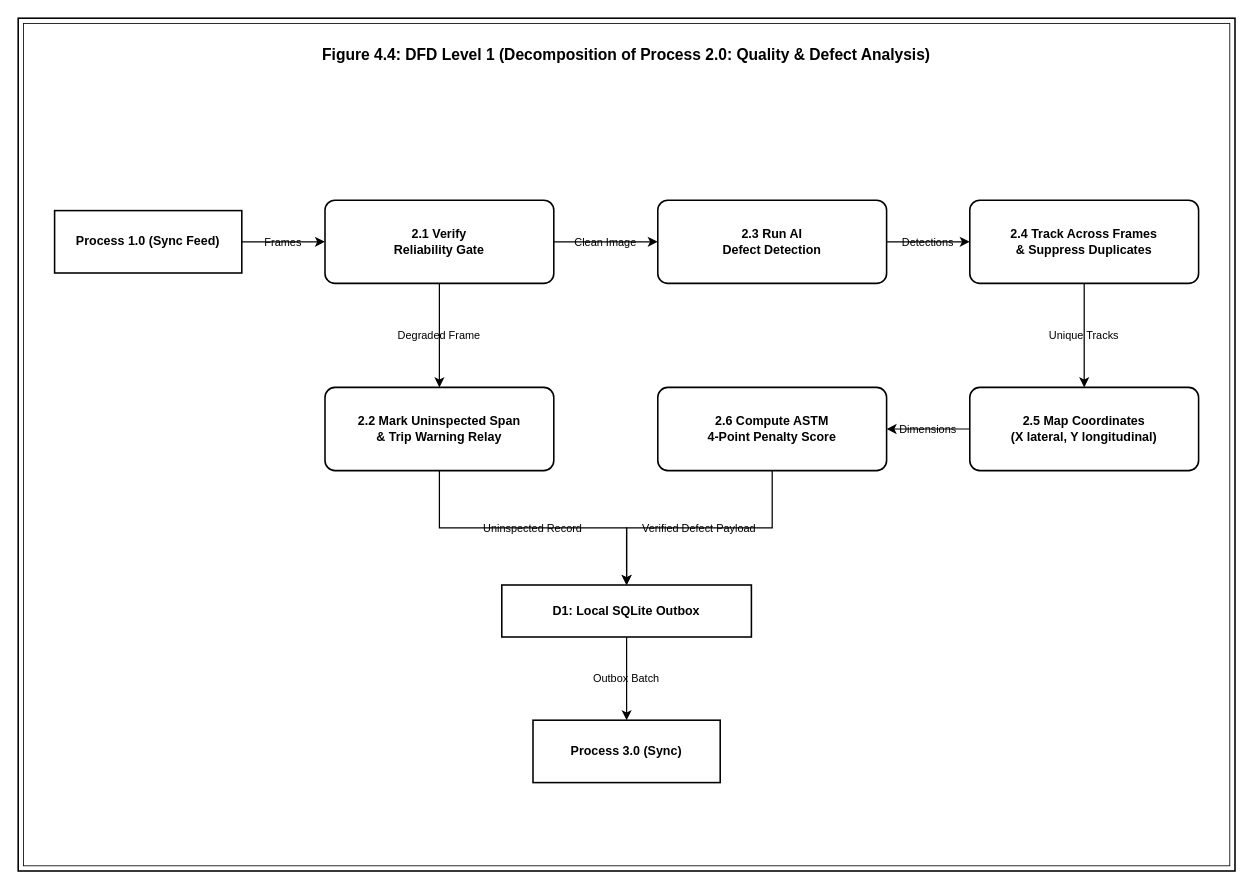
TheBilalButt/TexEye-AI-FYP keeps this draw.io diagram as diagrams/drawio/09_dfd_level_1.drawio. Above is the earlier version. Source tidied: cells renumbered, new cells numbered last; positions are measured from the earlier drawing's top-left corner, leaving out a move shared by most shapes. Both pictures are drawn from the tidied source at 104%, with x=0, y=0 at pixel (18, 18).
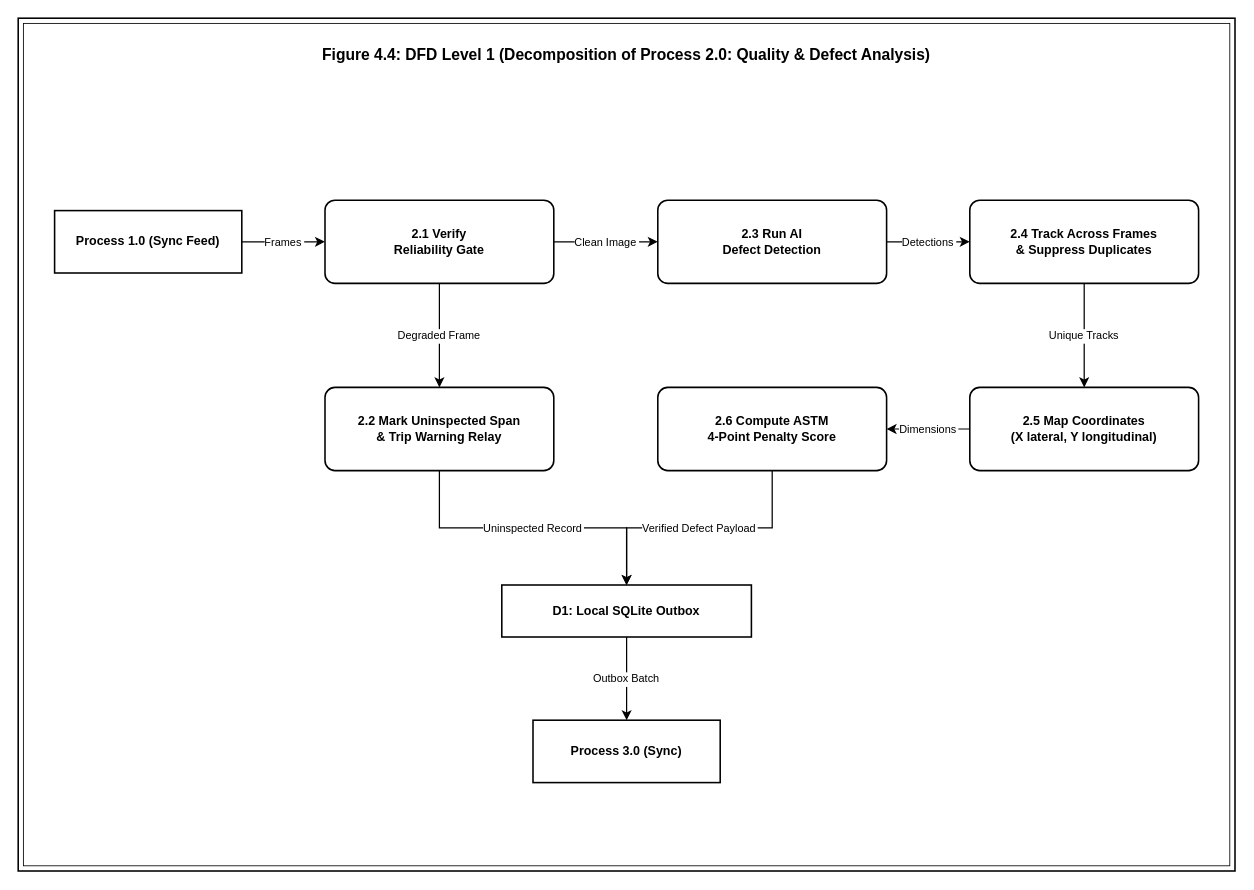
Above is the later version.

Unchanged cells that the change refers to:
```xml
<mxCell id="5" value="&lt;b&gt;Process 1.0 (Sync Feed)&lt;/b&gt;" style="rounded=0;whiteSpace=wrap;html=1;fillColor=#ffffff;strokeColor=#000000;strokeWidth=1.5;fontSize=12;fontColor=#000000;" parent="1" vertex="1">
  <mxGeometry x="35" y="185" width="180" height="60" as="geometry" />
</mxCell>
<mxCell id="6" value="&lt;b&gt;Process 3.0 (Sync)&lt;/b&gt;" style="rounded=0;whiteSpace=wrap;html=1;fillColor=#ffffff;strokeColor=#000000;strokeWidth=1.5;fontSize=12;fontColor=#000000;" parent="1" vertex="1">
  <mxGeometry x="495" y="675" width="180" height="60" as="geometry" />
</mxCell>
<mxCell id="7" value="&lt;b&gt;2.1 Verify&lt;br&gt;Reliability Gate&lt;/b&gt;" style="rounded=1;whiteSpace=wrap;html=1;fillColor=#ffffff;strokeColor=#000000;strokeWidth=1.5;fontSize=12;fontColor=#000000;arcSize=12;" parent="1" vertex="1">
  <mxGeometry x="295" y="175" width="220" height="80" as="geometry" />
</mxCell>
<mxCell id="8" value="&lt;b&gt;2.2 Mark Uninspected Span&lt;br&gt;&amp;amp; Trip Warning Relay&lt;/b&gt;" style="rounded=1;whiteSpace=wrap;html=1;fillColor=#ffffff;strokeColor=#000000;strokeWidth=1.5;fontSize=12;fontColor=#000000;arcSize=12;" parent="1" vertex="1">
  <mxGeometry x="295" y="355" width="220" height="80" as="geometry" />
</mxCell>
<mxCell id="9" value="&lt;b&gt;2.3 Run AI&lt;br&gt;Defect Detection&lt;/b&gt;" style="rounded=1;whiteSpace=wrap;html=1;fillColor=#ffffff;strokeColor=#000000;strokeWidth=1.5;fontSize=12;fontColor=#000000;arcSize=12;" parent="1" vertex="1">
  <mxGeometry x="615" y="175" width="220" height="80" as="geometry" />
</mxCell>
<mxCell id="10" value="&lt;b&gt;2.4 Track Across Frames&lt;br&gt;&amp;amp; Suppress Duplicates&lt;/b&gt;" style="rounded=1;whiteSpace=wrap;html=1;fillColor=#ffffff;strokeColor=#000000;strokeWidth=1.5;fontSize=12;fontColor=#000000;arcSize=12;" parent="1" vertex="1">
  <mxGeometry x="915" y="175" width="220" height="80" as="geometry" />
</mxCell>
<mxCell id="11" value="&lt;b&gt;2.5 Map Coordinates&lt;br&gt;(X lateral, Y longitudinal)&lt;/b&gt;" style="rounded=1;whiteSpace=wrap;html=1;fillColor=#ffffff;strokeColor=#000000;strokeWidth=1.5;fontSize=12;fontColor=#000000;arcSize=12;" parent="1" vertex="1">
  <mxGeometry x="915" y="355" width="220" height="80" as="geometry" />
</mxCell>
<mxCell id="12" value="&lt;b&gt;2.6 Compute ASTM&lt;br&gt;4-Point Penalty Score&lt;/b&gt;" style="rounded=1;whiteSpace=wrap;html=1;fillColor=#ffffff;strokeColor=#000000;strokeWidth=1.5;fontSize=12;fontColor=#000000;arcSize=12;" parent="1" vertex="1">
  <mxGeometry x="615" y="355" width="220" height="80" as="geometry" />
</mxCell>
<mxCell id="13" value="&lt;b&gt;D1: Local SQLite Outbox&lt;/b&gt;" style="rounded=0;whiteSpace=wrap;html=1;fillColor=#ffffff;strokeColor=#000000;strokeWidth=1.5;fontSize=12;fontColor=#000000;" parent="1" vertex="1">
  <mxGeometry x="465" y="545" width="240" height="50" as="geometry" />
</mxCell>
```

What changed in the source:
```diff
@@
-    <mxCell id="14" value="Frames" style="edgeStyle=orthogonalEdgeStyle;rounded=0;strokeColor=#000000;strokeWidth=1.2;fontSize=10.5;fontColor=#000000;labelBackgroundColor=none;" parent="1" edge="1" source="5" target="7">
+    <mxCell id="14" value="Frames" style="edgeStyle=orthogonalEdgeStyle;rounded=0;strokeColor=#000000;strokeWidth=1.2;fontSize=10.5;fontColor=#000000;labelBackgroundColor=#ffffff;" parent="1" edge="1" source="5" target="7">
       <mxGeometry relative="1" as="geometry" />
     </mxCell>
-    <mxCell id="15" value="Degraded Frame" style="edgeStyle=orthogonalEdgeStyle;rounded=0;strokeColor=#000000;strokeWidth=1.2;fontSize=10.5;fontColor=#000000;labelBackgroundColor=none;" parent="1" edge="1" source="7" target="8">
+    <mxCell id="15" value="Degraded Frame" style="edgeStyle=orthogonalEdgeStyle;rounded=0;strokeColor=#000000;strokeWidth=1.2;fontSize=10.5;fontColor=#000000;labelBackgroundColor=#ffffff;" parent="1" edge="1" source="7" target="8">
       <mxGeometry relative="1" as="geometry" />
     </mxCell>
-    <mxCell id="16" value="Clean Image" style="edgeStyle=orthogonalEdgeStyle;rounded=0;strokeColor=#000000;strokeWidth=1.2;fontSize=10.5;fontColor=#000000;labelBackgroundColor=none;" parent="1" edge="1" source="7" target="9">
+    <mxCell id="16" value="Clean Image" style="edgeStyle=orthogonalEdgeStyle;rounded=0;strokeColor=#000000;strokeWidth=1.2;fontSize=10.5;fontColor=#000000;labelBackgroundColor=#ffffff;" parent="1" edge="1" source="7" target="9">
       <mxGeometry relative="1" as="geometry" />
     </mxCell>
-    <mxCell id="17" value="Detections" style="edgeStyle=orthogonalEdgeStyle;rounded=0;strokeColor=#000000;strokeWidth=1.2;fontSize=10.5;fontColor=#000000;labelBackgroundColor=none;" parent="1" edge="1" source="9" target="10">
+    <mxCell id="17" value="Detections" style="edgeStyle=orthogonalEdgeStyle;rounded=0;strokeColor=#000000;strokeWidth=1.2;fontSize=10.5;fontColor=#000000;labelBackgroundColor=#ffffff;" parent="1" edge="1" source="9" target="10">
       <mxGeometry relative="1" as="geometry" />
     </mxCell>
-    <mxCell id="18" value="Unique Tracks" style="edgeStyle=orthogonalEdgeStyle;rounded=0;strokeColor=#000000;strokeWidth=1.2;fontSize=10.5;fontColor=#000000;labelBackgroundColor=none;" parent="1" edge="1" source="10" target="11">
+    <mxCell id="18" value="Unique Tracks" style="edgeStyle=orthogonalEdgeStyle;rounded=0;strokeColor=#000000;strokeWidth=1.2;fontSize=10.5;fontColor=#000000;labelBackgroundColor=#ffffff;" parent="1" edge="1" source="10" target="11">
       <mxGeometry relative="1" as="geometry" />
     </mxCell>
-    <mxCell id="19" value="Dimensions" style="edgeStyle=orthogonalEdgeStyle;rounded=0;strokeColor=#000000;strokeWidth=1.2;fontSize=10.5;fontColor=#000000;labelBackgroundColor=none;" parent="1" edge="1" source="11" target="12">
+    <mxCell id="19" value="Dimensions" style="edgeStyle=orthogonalEdgeStyle;rounded=0;strokeColor=#000000;strokeWidth=1.2;fontSize=10.5;fontColor=#000000;labelBackgroundColor=#ffffff;" parent="1" edge="1" source="11" target="12">
       <mxGeometry relative="1" as="geometry" />
     </mxCell>
-    <mxCell id="20" value="Uninspected Record" style="edgeStyle=orthogonalEdgeStyle;rounded=0;strokeColor=#000000;strokeWidth=1.2;fontSize=10.5;fontColor=#000000;labelBackgroundColor=none;" parent="1" edge="1" source="8" target="13">
+    <mxCell id="20" value="Uninspected Record" style="edgeStyle=orthogonalEdgeStyle;rounded=0;strokeColor=#000000;strokeWidth=1.2;fontSize=10.5;fontColor=#000000;labelBackgroundColor=#ffffff;" parent="1" edge="1" source="8" target="13">
       <mxGeometry relative="1" as="geometry" />
     </mxCell>
-    <mxCell id="21" value="Verified Defect Payload" style="edgeStyle=orthogonalEdgeStyle;rounded=0;strokeColor=#000000;strokeWidth=1.2;fontSize=10.5;fontColor=#000000;labelBackgroundColor=none;" parent="1" edge="1" source="12" target="13">
+    <mxCell id="21" value="Verified Defect Payload" style="edgeStyle=orthogonalEdgeStyle;rounded=0;strokeColor=#000000;strokeWidth=1.2;fontSize=10.5;fontColor=#000000;labelBackgroundColor=#ffffff;" parent="1" edge="1" source="12" target="13">
       <mxGeometry relative="1" as="geometry" />
     </mxCell>
-    <mxCell id="22" value="Outbox Batch" style="edgeStyle=orthogonalEdgeStyle;rounded=0;strokeColor=#000000;strokeWidth=1.2;fontSize=10.5;fontColor=#000000;labelBackgroundColor=none;" parent="1" edge="1" source="13" target="6">
+    <mxCell id="22" value="Outbox Batch" style="edgeStyle=orthogonalEdgeStyle;rounded=0;strokeColor=#000000;strokeWidth=1.2;fontSize=10.5;fontColor=#000000;labelBackgroundColor=#ffffff;" parent="1" edge="1" source="13" target="6">
       <mxGeometry relative="1" as="geometry" />
     </mxCell>
```
